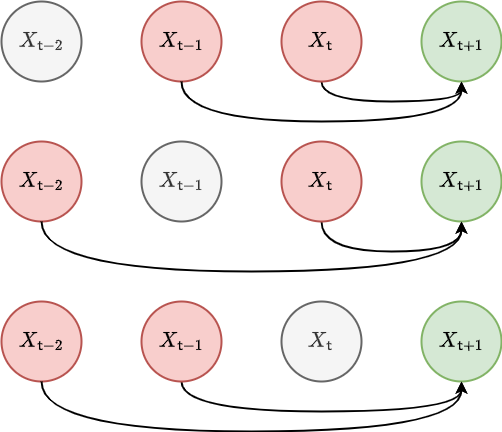
Earlier version of the draw.io export images/chapter-2-second-temporal-correlation.drawio.png (umbralcalc/worlds-of-observation). Source tidied: cells renumbered, new cells last; positions are measured from the earlier drawing's top-left corner, leaving out a move shared by most shapes. The source it was exported from:
```xml
<mxGraphModel math="1">
  <root>
    <mxCell id="0" />
    <mxCell id="1" parent="0" />
    <mxCell id="2" style="curved=1;endArrow=classic;html=1;rounded=0;edgeStyle=orthogonalEdgeStyle;strokeWidth=2;exitX=0.5;exitY=1;exitDx=0;exitDy=0;" parent="1" edge="1" source="5">
      <mxGeometry relative="1" as="geometry">
        <mxPoint x="460" y="80" as="targetPoint" />
        <Array as="points">
          <mxPoint x="320" y="100" />
          <mxPoint x="460" y="100" />
        </Array>
      </mxGeometry>
    </mxCell>
    <mxCell id="3" value="&lt;font style=&quot;font-size: 18px;&quot;&gt;$$X_{{\sf t}-2}$$&lt;/font&gt;" style="ellipse;whiteSpace=wrap;html=1;strokeWidth=2;fillColor=#f5f5f5;fontColor=#333333;strokeColor=#666666;" parent="1" vertex="1">
      <mxGeometry width="80" height="80" as="geometry" />
    </mxCell>
    <mxCell id="4" value="&lt;font style=&quot;font-size: 18px;&quot;&gt;$$X_{{\sf t}-1}$$&lt;/font&gt;" style="ellipse;whiteSpace=wrap;html=1;strokeWidth=2;fillColor=#f8cecc;strokeColor=#b85450;" parent="1" vertex="1">
      <mxGeometry x="140" width="80" height="80" as="geometry" />
    </mxCell>
    <mxCell id="5" value="&lt;font style=&quot;font-size: 18px;&quot;&gt;$$X_{{\sf t}}$$&lt;/font&gt;" style="ellipse;whiteSpace=wrap;html=1;strokeWidth=2;fillColor=#f8cecc;strokeColor=#b85450;" parent="1" vertex="1">
      <mxGeometry x="280" width="80" height="80" as="geometry" />
    </mxCell>
    <mxCell id="6" value="&lt;font style=&quot;font-size: 18px;&quot;&gt;$$X_{{\sf t}+1}$$&lt;/font&gt;" style="ellipse;whiteSpace=wrap;html=1;strokeWidth=2;fillColor=#d5e8d4;strokeColor=#82b366;" parent="1" vertex="1">
      <mxGeometry x="420" width="80" height="80" as="geometry" />
    </mxCell>
    <mxCell id="7" style="curved=1;endArrow=classic;html=1;rounded=0;edgeStyle=orthogonalEdgeStyle;strokeWidth=2;exitX=0.5;exitY=1;exitDx=0;exitDy=0;" parent="1" edge="1" source="4">
      <mxGeometry relative="1" as="geometry">
        <mxPoint x="460" y="80" as="targetPoint" />
        <Array as="points">
          <mxPoint x="180" y="120" />
          <mxPoint x="460" y="120" />
        </Array>
      </mxGeometry>
    </mxCell>
    <mxCell id="8" style="curved=1;endArrow=classic;html=1;rounded=0;edgeStyle=orthogonalEdgeStyle;strokeWidth=2;exitX=0.5;exitY=1;exitDx=0;exitDy=0;" parent="1" edge="1" source="11">
      <mxGeometry relative="1" as="geometry">
        <mxPoint x="460" y="220" as="targetPoint" />
        <Array as="points">
          <mxPoint x="320" y="250" />
          <mxPoint x="460" y="250" />
        </Array>
      </mxGeometry>
    </mxCell>
    <mxCell id="9" value="&lt;font style=&quot;font-size: 18px;&quot;&gt;$$X_{{\sf t}-2}$$&lt;/font&gt;" style="ellipse;whiteSpace=wrap;html=1;strokeWidth=2;fillColor=#f8cecc;strokeColor=#b85450;" parent="1" vertex="1">
      <mxGeometry y="140" width="80" height="80" as="geometry" />
    </mxCell>
    <mxCell id="10" value="&lt;font style=&quot;font-size: 18px;&quot;&gt;$$X_{{\sf t}-1}$$&lt;/font&gt;" style="ellipse;whiteSpace=wrap;html=1;strokeWidth=2;fillColor=#f5f5f5;strokeColor=#666666;fontColor=#333333;" parent="1" vertex="1">
      <mxGeometry x="140" y="140" width="80" height="80" as="geometry" />
    </mxCell>
    <mxCell id="11" value="&lt;font style=&quot;font-size: 18px;&quot;&gt;$$X_{{\sf t}}$$&lt;/font&gt;" style="ellipse;whiteSpace=wrap;html=1;strokeWidth=2;fillColor=#f8cecc;strokeColor=#b85450;" parent="1" vertex="1">
      <mxGeometry x="280" y="140" width="80" height="80" as="geometry" />
    </mxCell>
    <mxCell id="12" value="&lt;font style=&quot;font-size: 18px;&quot;&gt;$$X_{{\sf t}+1}$$&lt;/font&gt;" style="ellipse;whiteSpace=wrap;html=1;strokeWidth=2;fillColor=#d5e8d4;strokeColor=#82b366;" parent="1" vertex="1">
      <mxGeometry x="420" y="140" width="80" height="80" as="geometry" />
    </mxCell>
    <mxCell id="13" style="curved=1;endArrow=classic;html=1;rounded=0;edgeStyle=orthogonalEdgeStyle;strokeWidth=2;exitX=0.5;exitY=1;exitDx=0;exitDy=0;" parent="1" edge="1" source="9">
      <mxGeometry relative="1" as="geometry">
        <mxPoint x="460" y="220" as="targetPoint" />
        <Array as="points">
          <mxPoint x="40" y="270" />
          <mxPoint x="460" y="270" />
        </Array>
      </mxGeometry>
    </mxCell>
    <mxCell id="14" style="curved=1;endArrow=classic;html=1;rounded=0;edgeStyle=orthogonalEdgeStyle;strokeWidth=2;exitX=0.5;exitY=1;exitDx=0;exitDy=0;" parent="1" edge="1" source="16">
      <mxGeometry relative="1" as="geometry">
        <mxPoint x="460" y="380" as="targetPoint" />
        <Array as="points">
          <mxPoint x="180" y="410" />
          <mxPoint x="460" y="410" />
        </Array>
      </mxGeometry>
    </mxCell>
    <mxCell id="15" value="&lt;font style=&quot;font-size: 18px;&quot;&gt;$$X_{{\sf t}-2}$$&lt;/font&gt;" style="ellipse;whiteSpace=wrap;html=1;strokeWidth=2;fillColor=#f8cecc;strokeColor=#b85450;" parent="1" vertex="1">
      <mxGeometry y="300" width="80" height="80" as="geometry" />
    </mxCell>
    <mxCell id="16" value="&lt;font style=&quot;font-size: 18px;&quot;&gt;$$X_{{\sf t}-1}$$&lt;/font&gt;" style="ellipse;whiteSpace=wrap;html=1;strokeWidth=2;fillColor=#f8cecc;strokeColor=#b85450;" parent="1" vertex="1">
      <mxGeometry x="140" y="300" width="80" height="80" as="geometry" />
    </mxCell>
    <mxCell id="17" value="&lt;font style=&quot;font-size: 18px;&quot;&gt;$$X_{{\sf t}}$$&lt;/font&gt;" style="ellipse;whiteSpace=wrap;html=1;strokeWidth=2;fillColor=#f5f5f5;strokeColor=#666666;fontColor=#333333;" parent="1" vertex="1">
      <mxGeometry x="280" y="300" width="80" height="80" as="geometry" />
    </mxCell>
    <mxCell id="18" value="&lt;font style=&quot;font-size: 18px;&quot;&gt;$$X_{{\sf t}+1}$$&lt;/font&gt;" style="ellipse;whiteSpace=wrap;html=1;strokeWidth=2;fillColor=#d5e8d4;strokeColor=#82b366;" parent="1" vertex="1">
      <mxGeometry x="420" y="300" width="80" height="80" as="geometry" />
    </mxCell>
    <mxCell id="19" style="curved=1;endArrow=classic;html=1;rounded=0;edgeStyle=orthogonalEdgeStyle;strokeWidth=2;exitX=0.5;exitY=1;exitDx=0;exitDy=0;" parent="1" edge="1" source="15">
      <mxGeometry relative="1" as="geometry">
        <mxPoint x="460" y="380" as="targetPoint" />
        <Array as="points">
          <mxPoint x="40" y="430" />
          <mxPoint x="460" y="430" />
        </Array>
      </mxGeometry>
    </mxCell>
  </root>
</mxGraphModel>
```
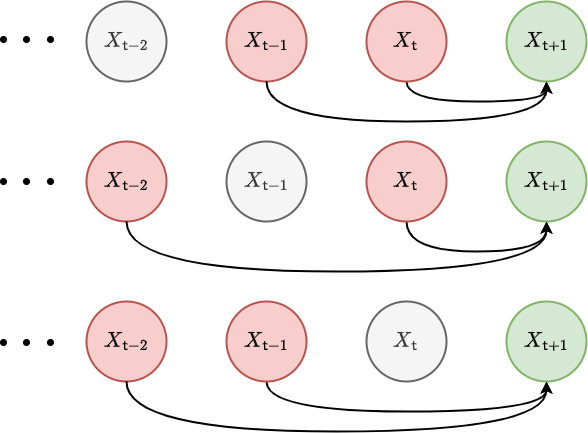
Above is the later version.

Change to the diagram source:
```diff
@@ -92,5 +92,32 @@
         </Array>
       </mxGeometry>
     </mxCell>
+    <mxCell id="20" style="ellipse;whiteSpace=wrap;html=1;fillColor=#000000;" parent="1" vertex="1">
+      <mxGeometry x="-86" y="35" width="6" height="6" as="geometry" />
+    </mxCell>
+    <mxCell id="21" style="ellipse;whiteSpace=wrap;html=1;fillColor=#000000;" parent="1" vertex="1">
+      <mxGeometry x="-63" y="35" width="6" height="6" as="geometry" />
+    </mxCell>
+    <mxCell id="22" style="ellipse;whiteSpace=wrap;html=1;fillColor=#000000;" parent="1" vertex="1">
+      <mxGeometry x="-39" y="35" width="6" height="6" as="geometry" />
+    </mxCell>
+    <mxCell id="23" style="ellipse;whiteSpace=wrap;html=1;fillColor=#000000;" parent="1" vertex="1">
+      <mxGeometry x="-86" y="177" width="6" height="6" as="geometry" />
+    </mxCell>
+    <mxCell id="24" style="ellipse;whiteSpace=wrap;html=1;fillColor=#000000;" parent="1" vertex="1">
+      <mxGeometry x="-63" y="177" width="6" height="6" as="geometry" />
+    </mxCell>
+    <mxCell id="25" style="ellipse;whiteSpace=wrap;html=1;fillColor=#000000;" parent="1" vertex="1">
+      <mxGeometry x="-39" y="177" width="6" height="6" as="geometry" />
+    </mxCell>
+    <mxCell id="26" style="ellipse;whiteSpace=wrap;html=1;fillColor=#000000;" parent="1" vertex="1">
+      <mxGeometry x="-86" y="338" width="6" height="6" as="geometry" />
+    </mxCell>
+    <mxCell id="27" style="ellipse;whiteSpace=wrap;html=1;fillColor=#000000;" parent="1" vertex="1">
+      <mxGeometry x="-63" y="338" width="6" height="6" as="geometry" />
+    </mxCell>
+    <mxCell id="28" style="ellipse;whiteSpace=wrap;html=1;fillColor=#000000;" parent="1" vertex="1">
+      <mxGeometry x="-39" y="338" width="6" height="6" as="geometry" />
+    </mxCell>
   </root>
 </mxGraphModel>
```
